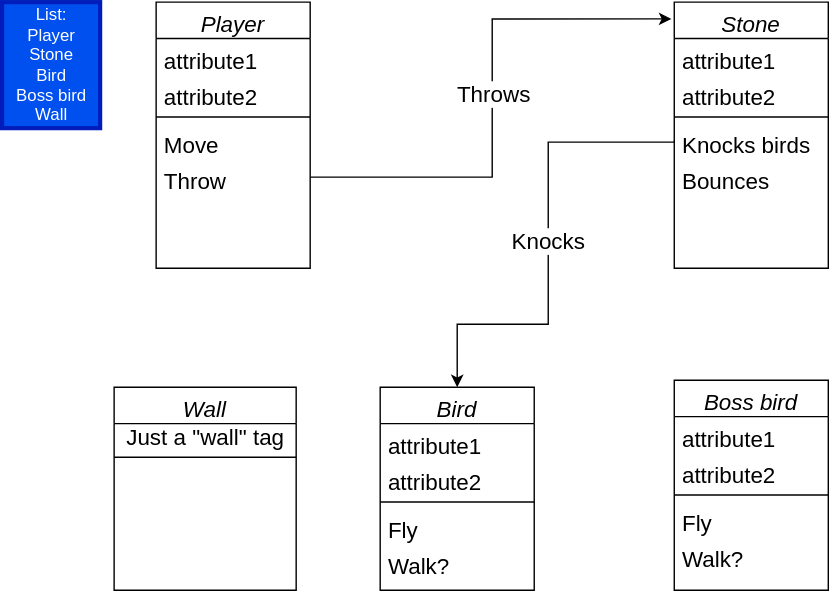
Above: EntitiesAndSystems.drawio.svg in DesseyCodes/The-Kidnapping-of-the-Damsel (draw.io), before the change. Source tidied: cells renumbered, new cells last; positions are measured from the earlier drawing's top-left corner, leaving out a move shared by most shapes.
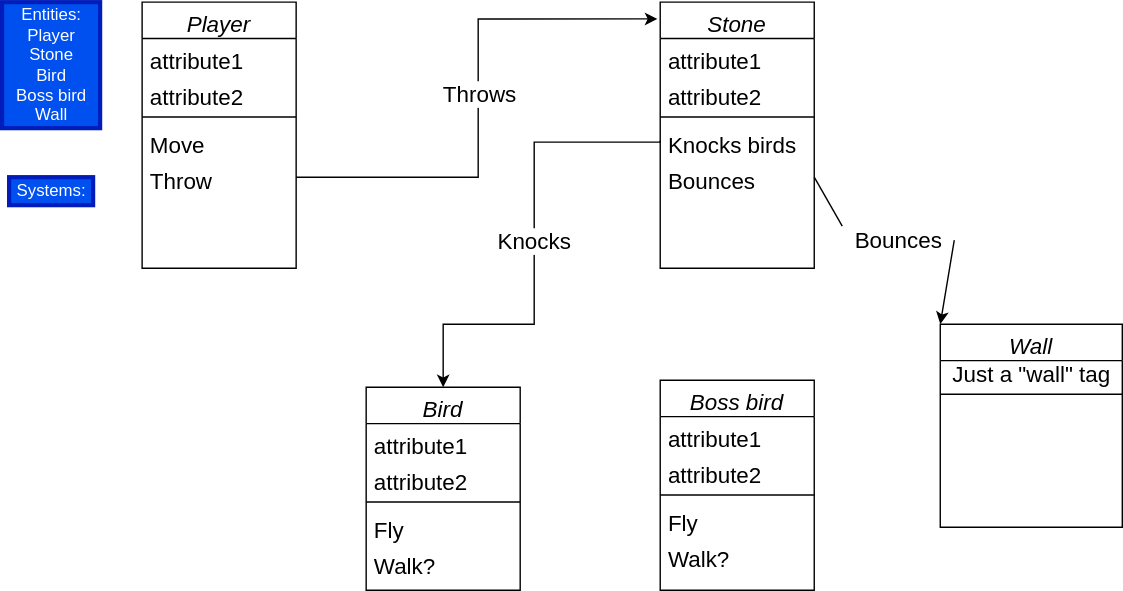
The same diagram one commit later.

What changed in the source:
```diff
@@ -98,7 +98,7 @@
       <mxGeometry y="112" width="110" height="26" as="geometry" />
     </mxCell>
     <mxCell id="30" value="Wall" style="swimlane;fontStyle=2;align=center;verticalAlign=top;horizontal=1;startSize=26;rounded=0;shadow=0;strokeWidth=1;fontSize=16;" parent="1" vertex="1">
-      <mxGeometry x="80" y="275" width="130" height="145" as="geometry" />
+      <mxGeometry x="680" y="230" width="130" height="145" as="geometry" />
     </mxCell>
     <mxCell id="31" value="Just a &quot;wall&quot; tag" style="text;html=1;align=center;verticalAlign=middle;strokeColor=none;fillColor=none;fontSize=16;" parent="30" vertex="1">
       <mxGeometry y="26" width="130" height="20" as="geometry" />
@@ -106,8 +106,20 @@
     <mxCell id="32" style="line;html=1;strokeWidth=1;align=left;verticalAlign=middle;spacingTop=-1;spacingLeft=3;spacingRight=3;labelPosition=right;" parent="30" vertex="1">
       <mxGeometry y="46" width="130" height="8" as="geometry" />
     </mxCell>
-    <mxCell id="33" value="List:&lt;br&gt;Player&lt;br&gt;Stone&lt;br&gt;Bird&lt;br&gt;Boss bird&lt;br&gt;Wall" style="text;html=1;align=center;verticalAlign=middle;strokeColor=#001DBC;fillColor=#0050ef;strokeWidth=3;fontColor=#ffffff;" parent="1" vertex="1">
-      <mxGeometry width="70" height="90" as="geometry" />
+    <mxCell id="33" value="Entities:&lt;br&gt;Player&lt;br&gt;Stone&lt;br&gt;Bird&lt;br&gt;Boss bird&lt;br&gt;Wall" style="text;html=1;align=center;verticalAlign=middle;strokeColor=#001DBC;fillColor=#0050ef;strokeWidth=3;fontColor=#ffffff;" parent="1" vertex="1">
+      <mxGeometry x="10" width="70" height="90" as="geometry" />
     </mxCell>
+    <mxCell id="34" value="Systems:&lt;br&gt;" style="text;html=1;align=center;verticalAlign=middle;strokeColor=#001DBC;fillColor=#0050ef;strokeWidth=3;fontColor=#ffffff;" parent="1" vertex="1">
+      <mxGeometry x="15" y="125" width="60" height="20" as="geometry" />
+    </mxCell>
+    <mxCell id="35" style="edgeStyle=none;html=1;exitX=1;exitY=0.5;exitDx=0;exitDy=0;entryX=0;entryY=0;entryDx=0;entryDy=0;fontSize=16;startArrow=none;" parent="1" edge="1" source="36" target="30">
+      <mxGeometry relative="1" as="geometry" />
+    </mxCell>
+    <mxCell id="36" value="Bounces" style="text;html=1;align=center;verticalAlign=middle;points=[];strokeColor=none;fillColor=none;strokeWidth=5;fontSize=16;" parent="1" vertex="1">
+      <mxGeometry x="610" y="160" width="80" height="20" as="geometry" />
+    </mxCell>
+    <mxCell id="37" style="edgeStyle=none;html=1;exitX=1;exitY=0.5;exitDx=0;exitDy=0;entryX=0;entryY=0;entryDx=0;entryDy=0;fontSize=16;endArrow=none;" parent="1" edge="1" source="13" target="36">
+      <mxGeometry relative="1" as="geometry" />
+    </mxCell>
   </root>
 </mxGraphModel>
```
